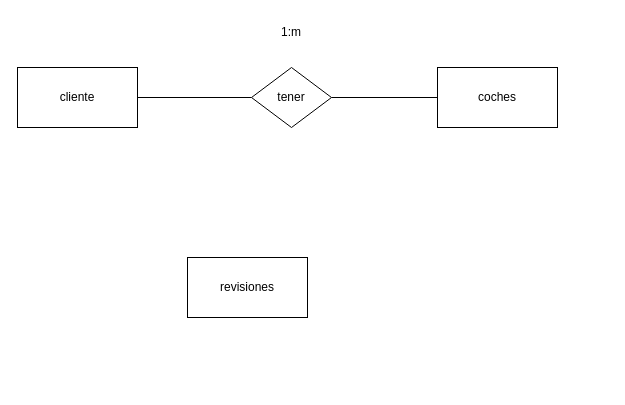
Before: AutomotoresDB.drawio in Mundrack/Base-de-datos, a draw.io diagram. Source tidied: cells renumbered, new cells numbered last; positions are measured from the earlier drawing's top-left corner, leaving out a move shared by most shapes. Both pictures are drawn from the tidied source at 100%, with x=0, y=0 at pixel (17, 17).
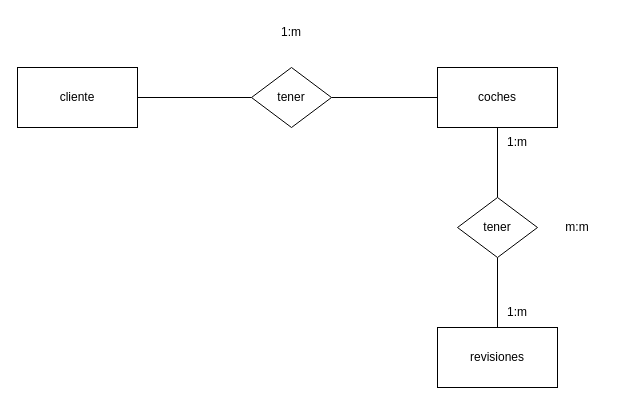
The same page after the edit.

What changed in the source:
```diff
@@
 <mxGraphModel>
   <root>
     <mxCell id="0" />
     <mxCell id="1" parent="0" />
+    <mxCell id="9" style="edgeStyle=orthogonalEdgeStyle;rounded=0;jettySize=auto;html=1;entryX=0.5;entryY=0;entryDx=0;entryDy=0;endArrow=none;endFill=0;" parent="1" edge="1" source="2" target="11">
+      <mxGeometry relative="1" as="geometry" />
+    </mxCell>
     <mxCell id="2" value="coches" style="rounded=0;whiteSpace=wrap;html=1;" parent="1" vertex="1">
       <mxGeometry x="420" y="50" width="120" height="60" as="geometry" />
     </mxCell>
     <mxCell id="3" style="edgeStyle=orthogonalEdgeStyle;rounded=0;jettySize=auto;html=1;endArrow=none;endFill=0;" parent="1" edge="1" source="4" target="7">
       <mxGeometry relative="1" as="geometry" />
     </mxCell>
     <mxCell id="4" value="cliente" style="rounded=0;whiteSpace=wrap;html=1;" parent="1" vertex="1">
       <mxGeometry y="50" width="120" height="60" as="geometry" />
     </mxCell>
     <mxCell id="5" value="revisiones" style="rounded=0;whiteSpace=wrap;html=1;" parent="1" vertex="1">
-      <mxGeometry x="170" y="240" width="120" height="60" as="geometry" />
+      <mxGeometry x="420" y="310" width="120" height="60" as="geometry" />
     </mxCell>
     <mxCell id="6" style="edgeStyle=orthogonalEdgeStyle;rounded=0;jettySize=auto;html=1;endArrow=none;endFill=0;" parent="1" edge="1" source="7" target="2">
       <mxGeometry relative="1" as="geometry" />
     </mxCell>
     <mxCell id="7" value="tener" style="rhombus;whiteSpace=wrap;html=1;" parent="1" vertex="1">
       <mxGeometry x="234" y="50" width="80" height="60" as="geometry" />
     </mxCell>
     <mxCell id="8" value="1:m" style="text;html=1;align=center;verticalAlign=middle;whiteSpace=wrap;rounded=0;" parent="1" vertex="1">
       <mxGeometry x="244" width="60" height="30" as="geometry" />
     </mxCell>
+    <mxCell id="10" style="edgeStyle=orthogonalEdgeStyle;rounded=0;jettySize=auto;html=1;endArrow=none;endFill=0;" parent="1" edge="1" source="11" target="5">
+      <mxGeometry relative="1" as="geometry" />
+    </mxCell>
+    <mxCell id="11" value="tener" style="rhombus;whiteSpace=wrap;html=1;" parent="1" vertex="1">
+      <mxGeometry x="440" y="180" width="80" height="60" as="geometry" />
+    </mxCell>
+    <mxCell id="12" value="m:m" style="text;html=1;align=center;verticalAlign=middle;whiteSpace=wrap;rounded=0;" parent="1" vertex="1">
+      <mxGeometry x="530" y="195" width="60" height="30" as="geometry" />
+    </mxCell>
+    <mxCell id="13" value="1:m" style="text;html=1;align=center;verticalAlign=middle;whiteSpace=wrap;rounded=0;" parent="1" vertex="1">
+      <mxGeometry x="470" y="110" width="60" height="30" as="geometry" />
+    </mxCell>
+    <mxCell id="14" value="1:m" style="text;html=1;align=center;verticalAlign=middle;whiteSpace=wrap;rounded=0;" parent="1" vertex="1">
+      <mxGeometry x="470" y="280" width="60" height="30" as="geometry" />
+    </mxCell>
   </root>
 </mxGraphModel>
```
